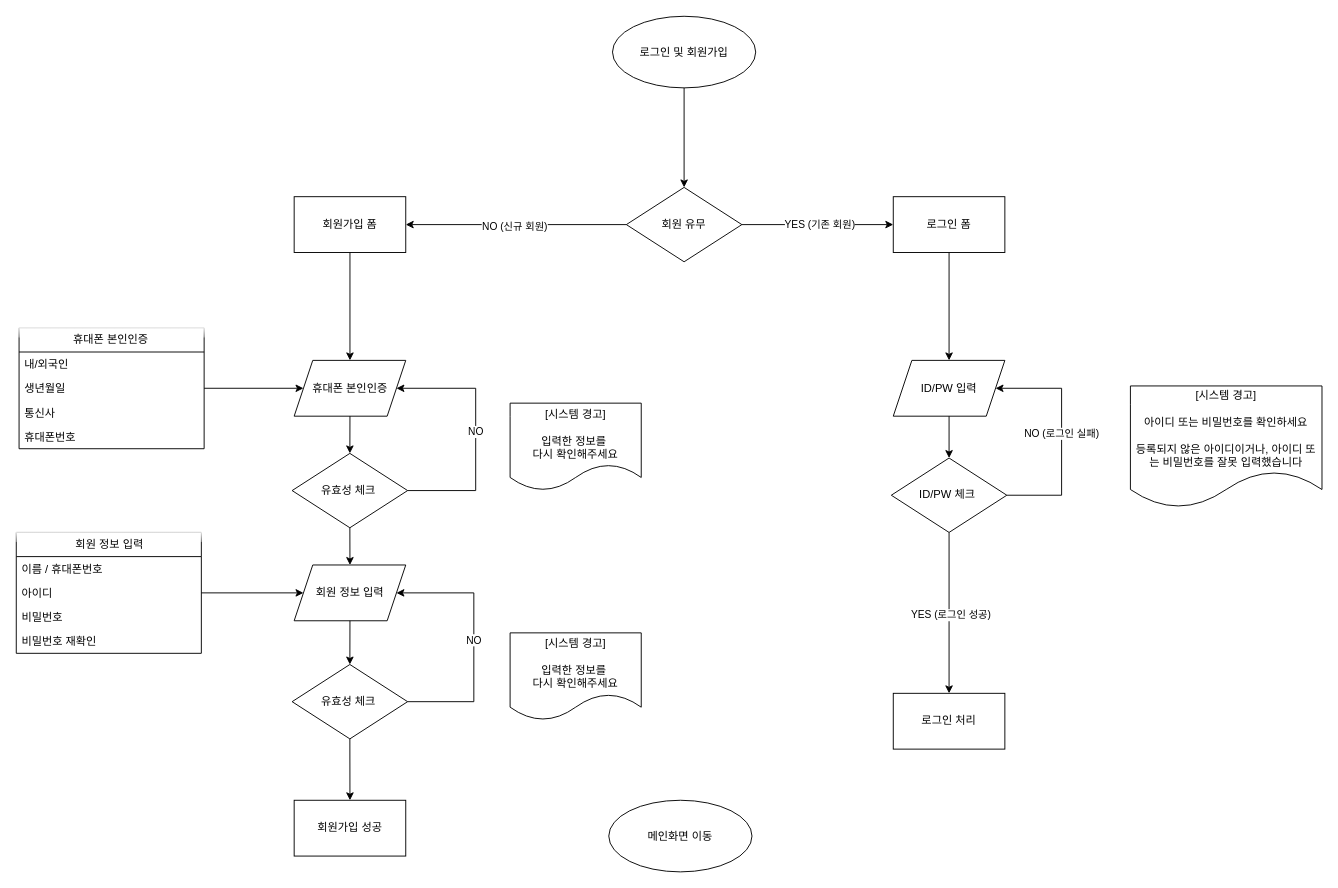
Before: flowchart.drawio in four-idiots-team/student-cafteria-ticket-vending, a draw.io diagram. Source tidied: cells renumbered, new cells numbered last; positions are measured from the earlier drawing's top-left corner, leaving out a move shared by most shapes. Both pictures are drawn from the tidied source at 93%, with x=0, y=0 at pixel (16, 16).
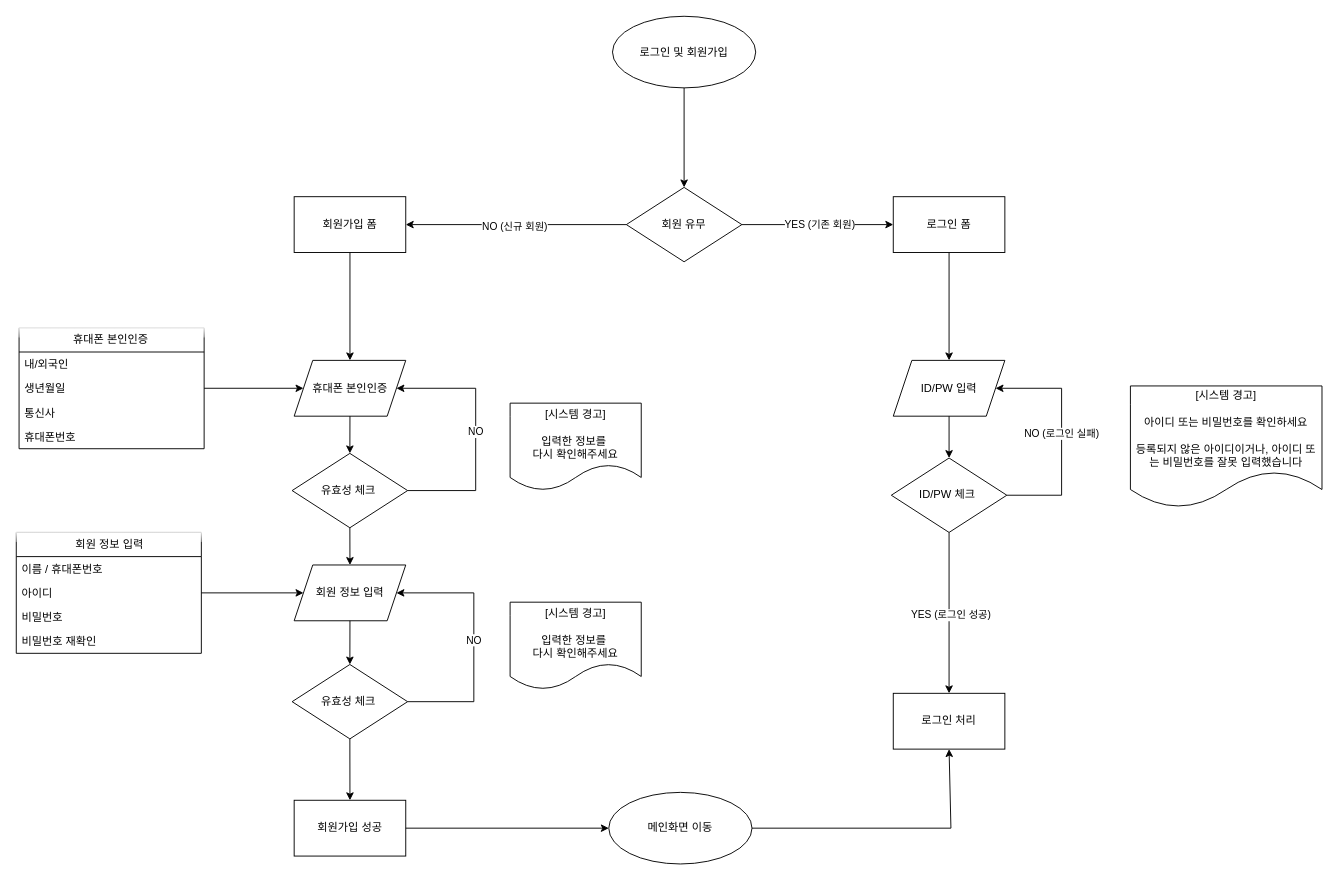
The same page after the edit.

Unchanged cells that the change refers to:
```xml
<mxCell id="16" value="로그인 처리" style="rounded=0;whiteSpace=wrap;html=1;" parent="1" vertex="1">
  <mxGeometry x="943" y="728" width="120" height="60" as="geometry" />
</mxCell>
<mxCell id="18" value="회원가입 성공" style="rounded=0;whiteSpace=wrap;html=1;" parent="1" vertex="1">
  <mxGeometry x="298.8" y="843" width="120" height="60" as="geometry" />
</mxCell>
```

Change to the diagram source:
```diff
@@
     <mxCell id="19" value="메인화면 이동" style="ellipse;whiteSpace=wrap;html=1;" parent="1" vertex="1">
-      <mxGeometry x="637.1" y="843" width="154" height="77" as="geometry" />
+      <mxGeometry x="637.1" y="834.5" width="154" height="77" as="geometry" />
     </mxCell>
@@
     <mxCell id="26" value="&lt;div&gt;&lt;br&gt;&lt;/div&gt;[시스템 경고]&lt;div&gt;&lt;br&gt;&lt;div&gt;&lt;div&gt;&lt;span style=&quot;background-color: initial;&quot;&gt;입력한 정보를&amp;nbsp;&lt;/span&gt;&lt;/div&gt;&lt;div&gt;다시 확인해주세요&lt;br&gt;&lt;div&gt;&lt;div&gt;&lt;br&gt;&lt;/div&gt;&lt;/div&gt;&lt;/div&gt;&lt;/div&gt;&lt;/div&gt;" style="shape=document;whiteSpace=wrap;html=1;boundedLbl=1;" parent="1" vertex="1">
-      <mxGeometry x="531" y="663" width="141" height="94" as="geometry" />
+      <mxGeometry x="531" y="630" width="141" height="94" as="geometry" />
     </mxCell>
@@
+    <mxCell id="50" style="endArrow=classic;rounded=0;exitX=1;exitY=0.5;exitDx=0;exitDy=0;entryX=0;entryY=0.5;entryDx=0;entryDy=0;flowAnimation=0;align=center;html=1;" parent="1" edge="1" source="18" target="19">
+      <mxGeometry relative="1" as="geometry" />
+    </mxCell>
+    <mxCell id="51" style="endArrow=classic;rounded=0;exitX=1;exitY=0.5;exitDx=0;exitDy=0;entryX=0.5;entryY=1;entryDx=0;entryDy=0;flowAnimation=0;align=center;html=1;" parent="1" edge="1" source="19" target="16">
+      <mxGeometry relative="1" as="geometry">
+        <Array as="points">
+          <mxPoint x="1005" y="873" />
+        </Array>
+      </mxGeometry>
+    </mxCell>
```
